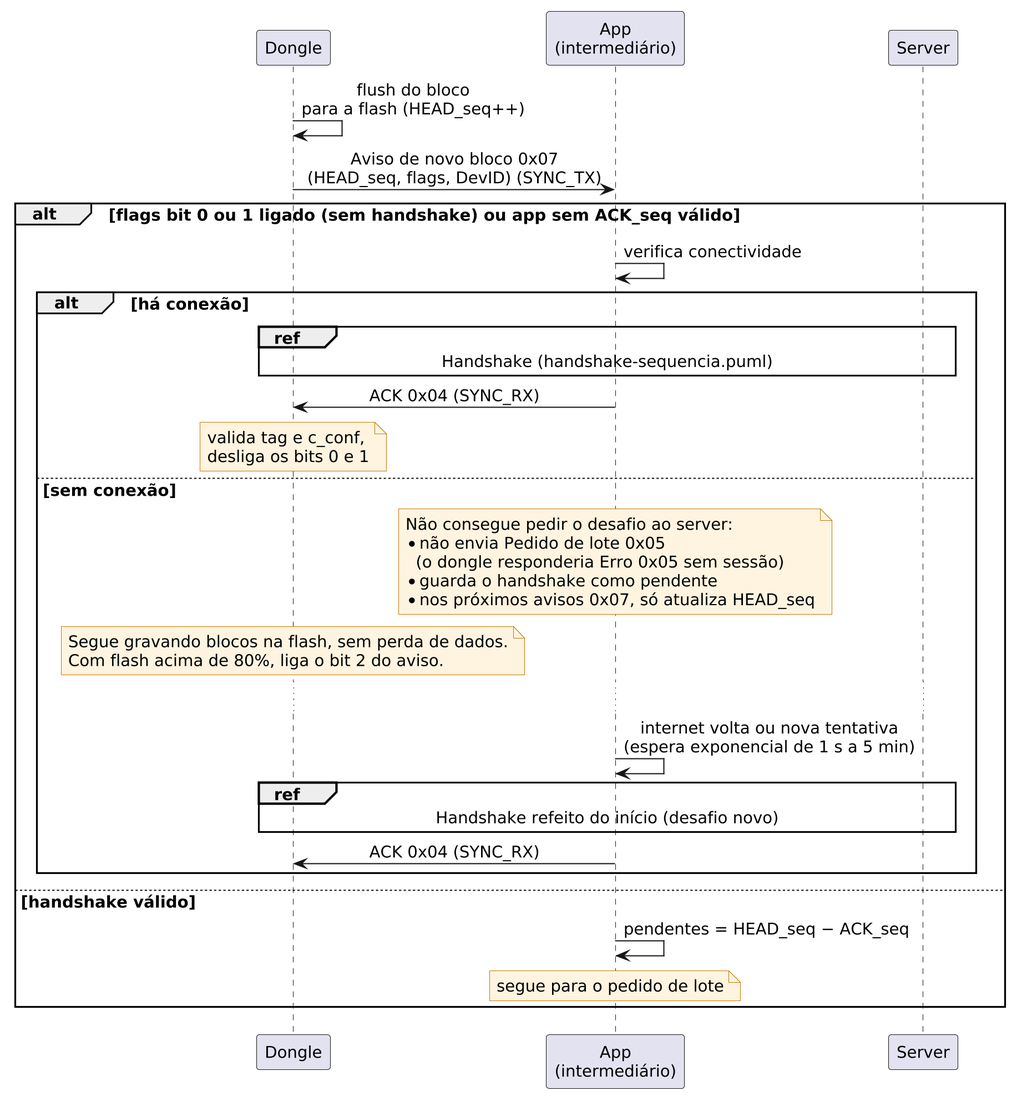
Earlier version of the PlantUML export latex/assets/aux-docs/aquisicao-aviso-sequencia.png (rodrigomarcolin/tccelta). The source it was exported from:
```plantuml
@startuml aquisicao-aviso-sequencia
skinparam defaultFontSize 14
skinparam dpi 200
skinparam sequenceMessageAlign center
skinparam responseMessageBelowArrow true
skinparam noteBackgroundColor #FFF4E0
skinparam noteBorderColor #C77700

participant "Dongle" as D
participant "App\n(intermediário)" as A
participant "Server" as S

D -> D : flush do bloco\npara a flash (HEAD_seq++)
D -> A : Aviso de novo bloco 0x07\n(HEAD_seq, flags, DevID) (SYNC_TX)

alt flags bit 0 ou 1 ligado (sem handshake) ou app sem ACK_seq válido
  A -> A : verifica conectividade
  alt há conexão
    ref over D, S : Handshake (handshake-sequencia.puml)
    A -> D : ACK 0x04 (SYNC_RX)
    note over D : valida tag e c_conf,\ndesliga os bits 0 e 1
  else sem conexão
    note over A
      Não consegue pedir o desafio ao server:
      * não envia Pedido de lote 0x05
        (o dongle responderia Erro 0x05 sem sessão)
      * guarda o handshake como pendente
      * nos próximos avisos 0x07, só atualiza HEAD_seq
    end note
    note over D
      Segue gravando blocos na flash, sem perda de dados.
      Com flash acima de 80%, liga o bit 2 do aviso.
    end note
    ...
    A -> A : internet volta ou nova tentativa\n(espera exponencial de 1 s a 5 min)
    ref over D, S : Handshake refeito do início (desafio novo)
    A -> D : ACK 0x04 (SYNC_RX)
  end
else handshake válido
  A -> A : pendentes = HEAD_seq − ACK_seq
  note over A : segue para o pedido de lote
end
@enduml
```
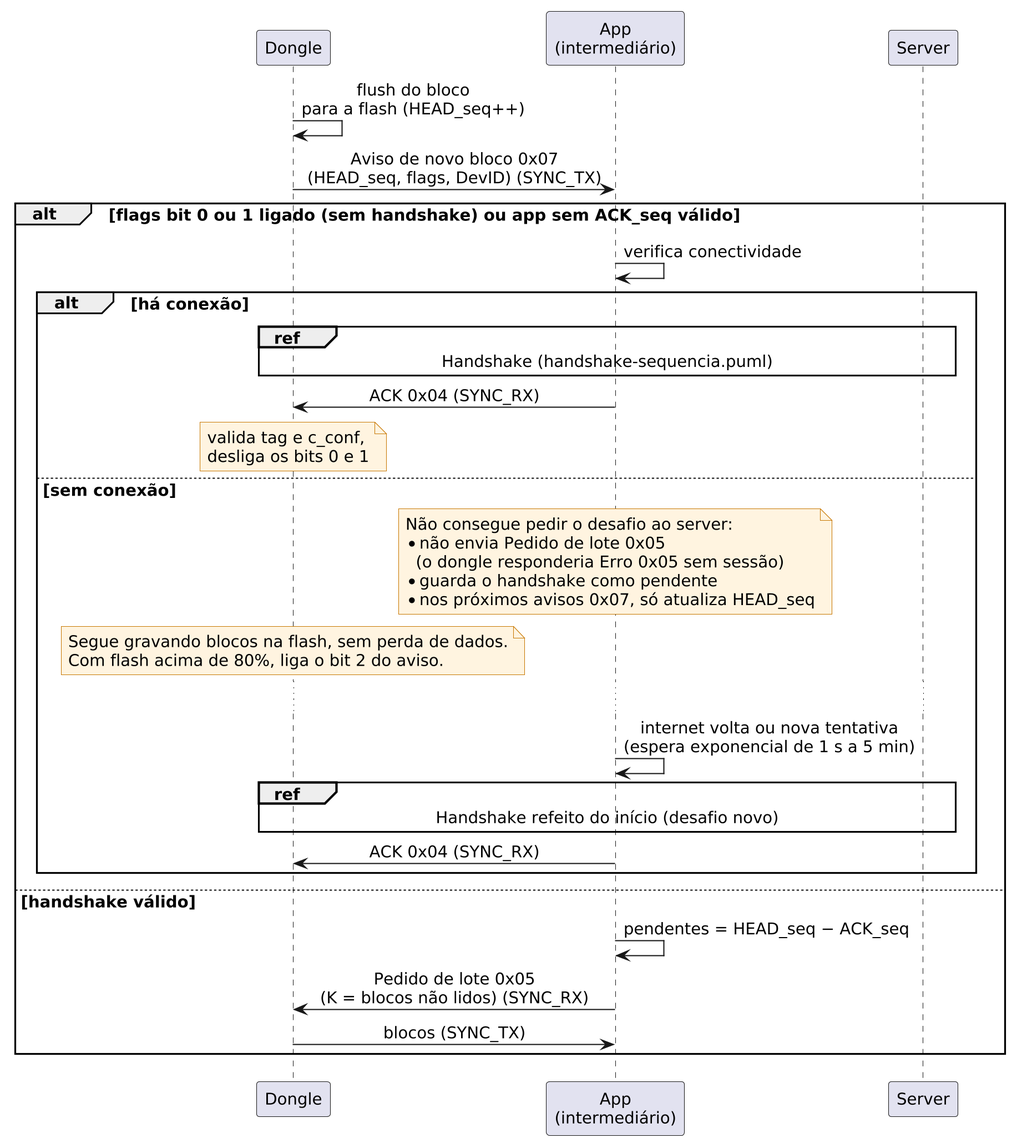
After the change.

Change to the diagram source:
```diff
@@ -38,6 +38,7 @@
   end
 else handshake válido
   A -> A : pendentes = HEAD_seq − ACK_seq
-  note over A : segue para o pedido de lote
+  A -> D : Pedido de lote 0x05\n(K = blocos não lidos) (SYNC_RX)
+  D -> A : blocos (SYNC_TX)
 end
 @enduml
```
